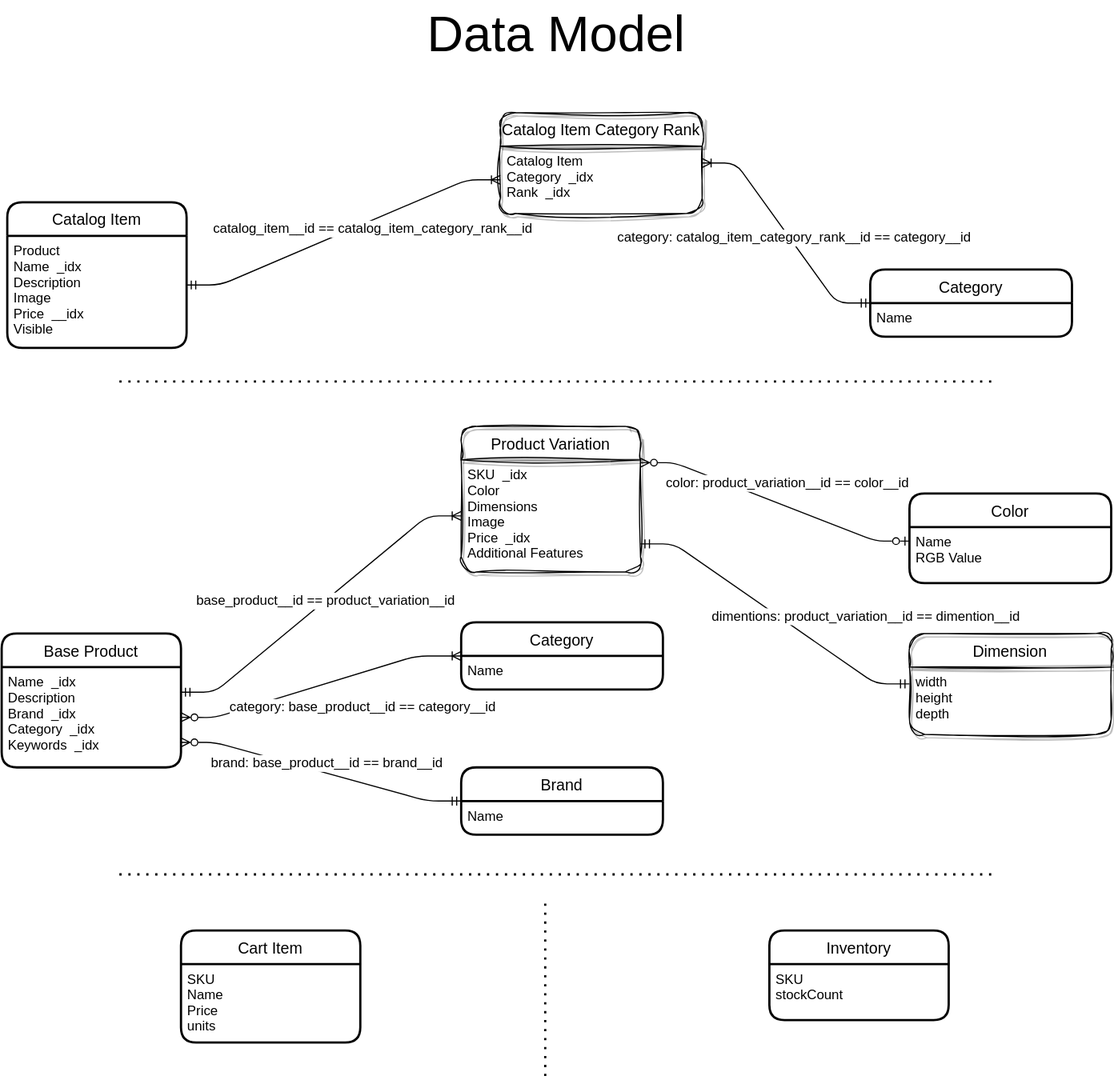
rd-raven/stirzz-design keeps this draw.io diagram as data-model/data-model.svg. Above is the earlier version. Source tidied: cells renumbered, new cells last; positions are measured from the earlier drawing's top-left corner, leaving out a move shared by most shapes.
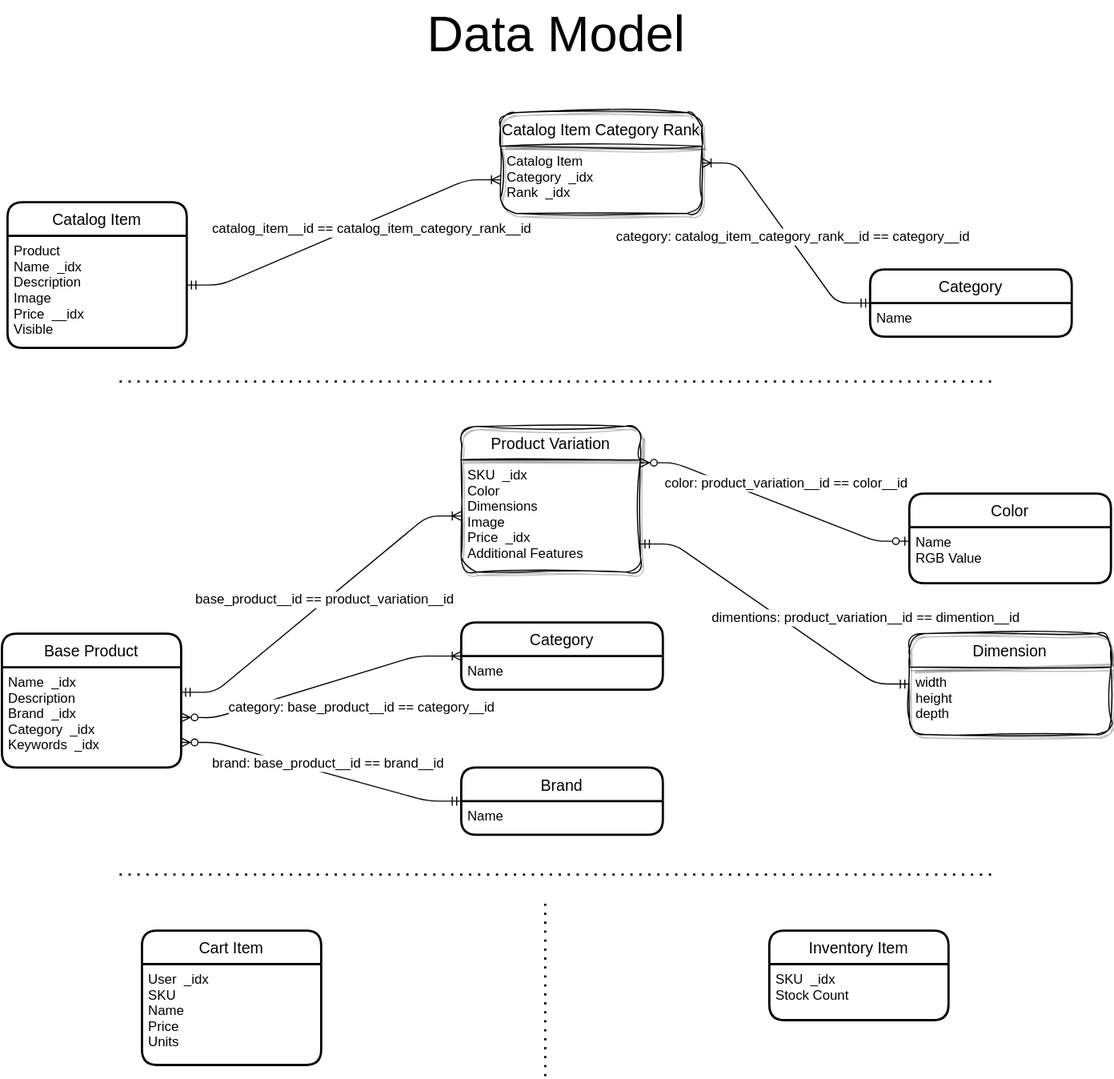
Later version of the same file.

Commit message:
Add Cart, Inventory Details (#6)

The edit, as a diff of the source:
```diff
@@ -2,18 +2,6 @@
   <root>
     <mxCell id="0" />
     <mxCell id="1" parent="0" />
-    <mxCell id="2" value="Cart Item" style="swimlane;horizontal=1;startSize=30;rounded=1;fontSize=14;fontStyle=0;strokeWidth=2;shadow=0;dashed=0;align=center;" parent="1" vertex="1">
-      <mxGeometry x="160" y="830" width="160" height="100" as="geometry" />
-    </mxCell>
-    <mxCell id="3" value="SKU&#10;Name&#10;Price&#10;units" style="align=left;strokeColor=none;fillColor=none;spacingLeft=4;fontSize=12;verticalAlign=top;" parent="2" vertex="1">
-      <mxGeometry y="30" width="160" height="70" as="geometry" />
-    </mxCell>
-    <mxCell id="4" value="Inventory" style="swimlane;horizontal=1;startSize=30;rounded=1;fontSize=14;fontStyle=0;strokeWidth=2;shadow=0;dashed=0;align=center;" parent="1" vertex="1">
-      <mxGeometry x="685" y="830" width="160" height="80" as="geometry" />
-    </mxCell>
-    <mxCell id="5" value="SKU&#10;stockCount" style="align=left;strokeColor=none;fillColor=none;spacingLeft=4;fontSize=12;verticalAlign=top;" parent="4" vertex="1">
-      <mxGeometry y="30" width="160" height="50" as="geometry" />
-    </mxCell>
     <mxCell id="6" value="&lt;span style=&quot;font-size: 45px;&quot;&gt;Data Model&lt;/span&gt;" style="text;html=1;strokeColor=none;fillColor=none;align=center;verticalAlign=middle;whiteSpace=wrap;rounded=0;shadow=1;glass=0;sketch=1;strokeWidth=1;fontSize=45;fontStyle=0;" parent="1" vertex="1">
       <mxGeometry x="355" width="280" height="60" as="geometry" />
     </mxCell>
@@ -58,13 +46,13 @@
     <mxCell id="16" value="Category" style="swimlane;horizontal=1;startSize=30;rounded=1;fontSize=14;fontStyle=0;strokeWidth=2;shadow=0;align=center;swimlaneFillColor=none;strokeColor=default;perimeterSpacing=0;swimlaneLine=1;glass=0;" parent="1" vertex="1">
       <mxGeometry x="775" y="240" width="180" height="60" as="geometry" />
     </mxCell>
-    <mxCell id="17" value="Name" style="align=left;strokeColor=none;fillColor=none;spacingLeft=4;fontSize=12;verticalAlign=top;" parent="16" vertex="1">
-      <mxGeometry y="30" width="180" height="30" as="geometry" />
-    </mxCell>
-    <mxCell id="18" style="edgeStyle=entityRelationEdgeStyle;fontSize=12;html=1;endArrow=ERoneToMany;startArrow=ERmandOne;entryX=1;entryY=0.25;entryDx=0;entryDy=0;exitX=0;exitY=0;exitDx=0;exitDy=0;" parent="1" edge="1" source="17" target="13">
-      <mxGeometry relative="1" as="geometry" />
-    </mxCell>
+    <mxCell id="42" value="Name" style="align=left;strokeColor=none;fillColor=none;spacingLeft=4;fontSize=12;verticalAlign=top;" parent="16" vertex="1">
+      <mxGeometry y="30" width="180" height="30" as="geometry" />
+    </mxCell>
+    <mxCell id="43" style="edgeStyle=entityRelationEdgeStyle;fontSize=12;html=1;endArrow=ERoneToMany;startArrow=ERmandOne;entryX=1;entryY=0.25;entryDx=0;entryDy=0;exitX=0;exitY=0;exitDx=0;exitDy=0;" parent="1" edge="1" source="42" target="13">
+      <mxGeometry relative="1" as="geometry" />
+    </mxCell>
-    <mxCell id="19" value="category: catalog_item_category_rank__id == category__id" style="edgeLabel;html=1;align=center;verticalAlign=middle;fontSize=12;" parent="18" vertex="1">
+    <mxCell id="19" value="category: catalog_item_category_rank__id == category__id" style="edgeLabel;html=1;align=center;verticalAlign=middle;fontSize=12;" parent="43" vertex="1">
       <mxGeometry x="0.15" y="3" relative="1" as="geometry">
         <mxPoint x="17" y="14" as="offset" />
       </mxGeometry>
@@ -110,9 +98,9 @@
     <mxCell id="32" value="Brand" style="swimlane;horizontal=1;startSize=30;rounded=1;fontSize=14;fontStyle=0;strokeWidth=2;shadow=0;dashed=0;align=center;" parent="1" vertex="1">
       <mxGeometry x="410" y="684.5" width="180" height="60" as="geometry" />
     </mxCell>
-    <mxCell id="33" value="Name" style="align=left;strokeColor=none;fillColor=none;spacingLeft=4;fontSize=12;verticalAlign=top;" parent="32" vertex="1">
-      <mxGeometry y="30" width="180" height="30" as="geometry" />
-    </mxCell>
+    <mxCell id="44" value="Name" style="align=left;strokeColor=none;fillColor=none;spacingLeft=4;fontSize=12;verticalAlign=top;" parent="32" vertex="1">
+      <mxGeometry y="30" width="180" height="30" as="geometry" />
+    </mxCell>
     <mxCell id="34" style="edgeStyle=entityRelationEdgeStyle;fontSize=12;html=1;endArrow=ERmandOne;startArrow=ERzeroToMany;entryX=0;entryY=0.5;entryDx=0;entryDy=0;endFill=0;exitX=1;exitY=0.75;exitDx=0;exitDy=0;startFill=0;" parent="1" edge="1" source="23" target="32">
       <mxGeometry relative="1" as="geometry" />
     </mxCell>
@@ -124,18 +112,18 @@
     <mxCell id="36" value="Category" style="swimlane;horizontal=1;startSize=30;rounded=1;fontSize=14;fontStyle=0;strokeWidth=2;shadow=0;align=center;swimlaneFillColor=none;strokeColor=default;perimeterSpacing=0;swimlaneLine=1;glass=0;" parent="1" vertex="1">
       <mxGeometry x="410" y="555" width="180" height="60" as="geometry" />
     </mxCell>
-    <mxCell id="37" value="Name" style="align=left;strokeColor=none;fillColor=none;spacingLeft=4;fontSize=12;verticalAlign=top;" parent="36" vertex="1">
-      <mxGeometry y="30" width="180" height="30" as="geometry" />
-    </mxCell>
-    <mxCell id="38" style="fontSize=12;html=1;endArrow=ERzeroToMany;startArrow=ERoneToMany;exitX=0;exitY=0;exitDx=0;exitDy=0;entryX=1;entryY=0.5;entryDx=0;entryDy=0;startFill=0;endFill=0;" parent="1" edge="1" source="37" target="23">
-      <mxGeometry relative="1" as="geometry">
-        <Array as="points">
-          <mxPoint x="370" y="585" />
-          <mxPoint x="190" y="640" />
-        </Array>
-      </mxGeometry>
-    </mxCell>
+    <mxCell id="45" value="Name" style="align=left;strokeColor=none;fillColor=none;spacingLeft=4;fontSize=12;verticalAlign=top;" parent="36" vertex="1">
+      <mxGeometry y="30" width="180" height="30" as="geometry" />
+    </mxCell>
+    <mxCell id="46" style="fontSize=12;html=1;endArrow=ERzeroToMany;startArrow=ERoneToMany;exitX=0;exitY=0;exitDx=0;exitDy=0;entryX=1;entryY=0.5;entryDx=0;entryDy=0;startFill=0;endFill=0;" parent="1" edge="1" source="45" target="23">
+      <mxGeometry relative="1" as="geometry">
+        <Array as="points">
+          <mxPoint x="370" y="585" />
+          <mxPoint x="190" y="640" />
+        </Array>
+      </mxGeometry>
+    </mxCell>
-    <mxCell id="39" value="category: base_product__id == category__id" style="edgeLabel;html=1;align=center;verticalAlign=middle;fontSize=12;" parent="38" vertex="1">
+    <mxCell id="39" value="category: base_product__id == category__id" style="edgeLabel;html=1;align=center;verticalAlign=middle;fontSize=12;" parent="46" vertex="1">
       <mxGeometry x="0.15" y="3" relative="1" as="geometry">
         <mxPoint x="53" y="11" as="offset" />
       </mxGeometry>
@@ -148,5 +136,17 @@
         <mxPoint x="71" y="-4" as="offset" />
       </mxGeometry>
     </mxCell>
+    <mxCell id="2" value="Cart Item" style="swimlane;horizontal=1;startSize=30;rounded=1;fontSize=14;fontStyle=0;strokeWidth=2;shadow=0;dashed=0;align=center;" parent="1" vertex="1">
+      <mxGeometry x="125" y="830" width="160" height="120" as="geometry" />
+    </mxCell>
+    <mxCell id="47" value="User  _idx&#10;SKU&#10;Name&#10;Price&#10;Units" style="align=left;strokeColor=none;fillColor=none;spacingLeft=4;fontSize=12;verticalAlign=top;" parent="2" vertex="1">
+      <mxGeometry y="30" width="160" height="90" as="geometry" />
+    </mxCell>
+    <mxCell id="48" value="Inventory Item" style="swimlane;horizontal=1;startSize=30;rounded=1;fontSize=14;fontStyle=0;strokeWidth=2;shadow=0;dashed=0;align=center;" parent="1" vertex="1">
+      <mxGeometry x="685" y="830" width="160" height="80" as="geometry" />
+    </mxCell>
+    <mxCell id="49" value="SKU  _idx&#10;Stock Count" style="align=left;strokeColor=none;fillColor=none;spacingLeft=4;fontSize=12;verticalAlign=top;" parent="48" vertex="1">
+      <mxGeometry y="30" width="160" height="50" as="geometry" />
+    </mxCell>
   </root>
 </mxGraphModel>
```
